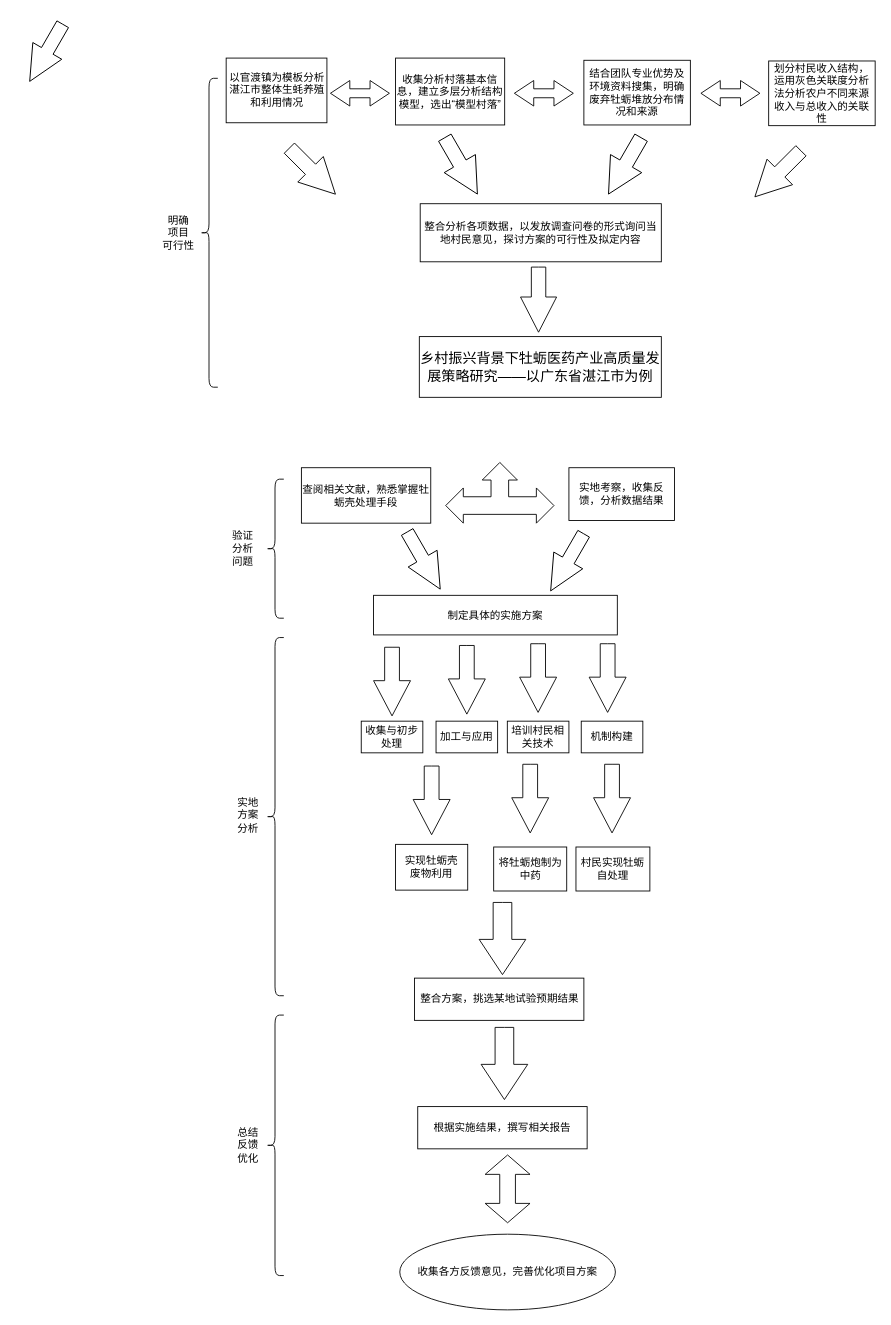
Earlier version of the draw.io diagram Untitled Diagram.drawio (BlueApong/BlueApong). Source tidied: cells renumbered, new cells numbered last; positions are measured from the earlier drawing's top-left corner, leaving out a move shared by most shapes. Both pictures are drawn from the tidied source at 88%, with x=0, y=0 at pixel (29, 19).
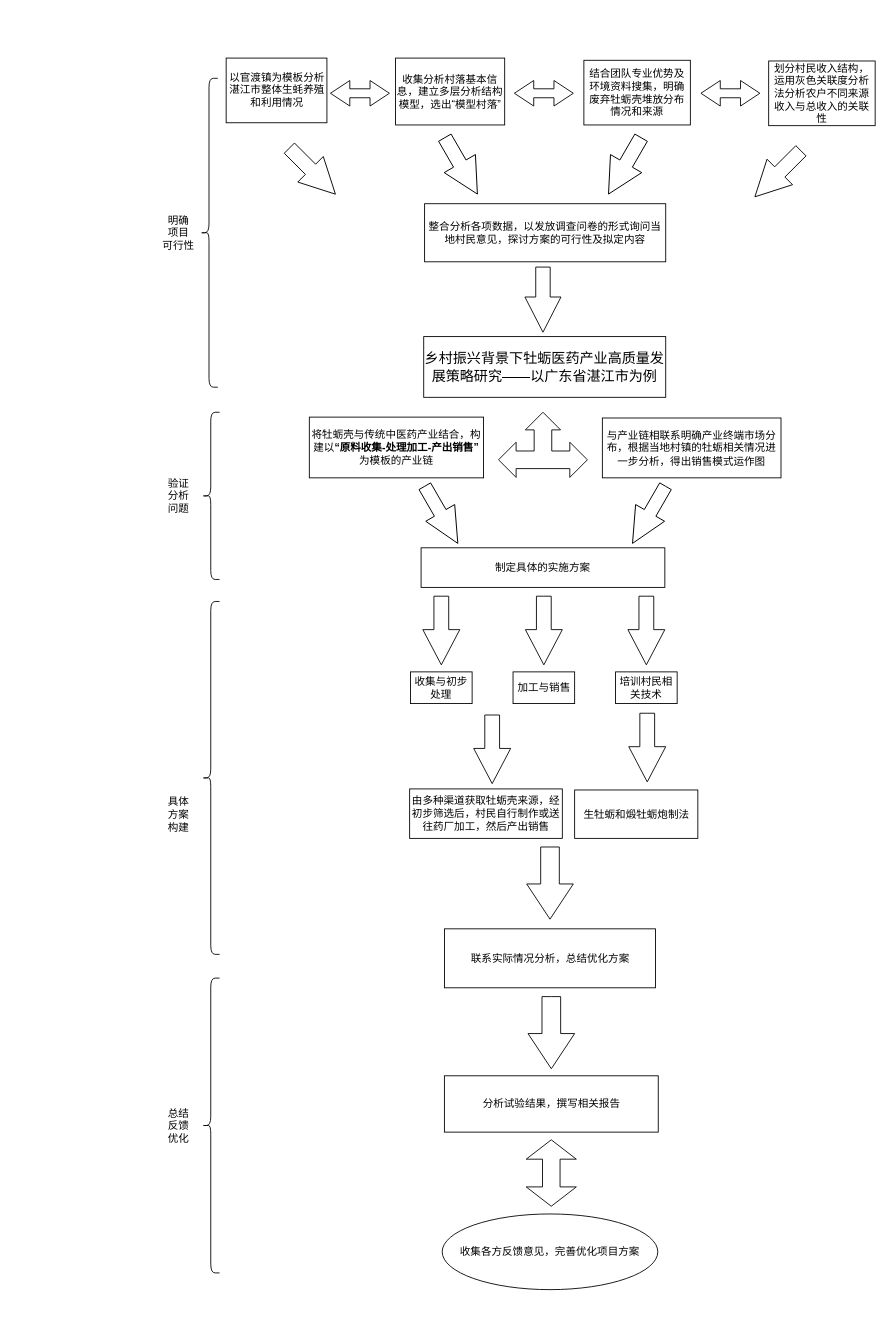
Above is the later version.

Change to the diagram source:
```diff
@@
     <mxCell id="5" value="&lt;p class=&quot;MsoNormal&quot;&gt;&lt;span style=&quot;mso-spacerun:'yes';font-family:仿宋_GB2312;mso-hansi-font-family:'Times New Roman';&lt;br/&gt;mso-bidi-font-family:'Times New Roman';font-size:12.0000pt;mso-font-kerning:1.0000pt;&quot;&gt;&lt;font face=&quot;仿宋_GB2312&quot;&gt;乡村振兴背景下牡蛎医药产业高质量发展策略研究&lt;/font&gt;&lt;font face=&quot;仿宋_GB2312&quot;&gt;——以广东省湛江市为例&lt;/font&gt;&lt;/span&gt;&lt;/p&gt;" style="rounded=0;whiteSpace=wrap;html=1;" parent="1" vertex="1">
-      <mxGeometry x="443" y="360" width="275" height="69" as="geometry" />
+      <mxGeometry x="448" y="360" width="275" height="69" as="geometry" />
     </mxCell>
-    <mxCell id="6" style="html=1;shadow=0;dashed=0;align=center;verticalAlign=middle;shape=mxgraph.arrows2.arrow;dy=0.6;dx=40;direction=south;notch=0;rotation=30;" parent="1" vertex="1">
-      <mxGeometry width="38" height="75" as="geometry" />
-    </mxCell>
@@
     <mxCell id="9" style="html=1;shadow=0;dashed=0;align=center;verticalAlign=middle;shape=mxgraph.arrows2.triadArrow;dy=10;dx=20;arrowHead=40;" parent="1" vertex="1">
-      <mxGeometry x="473" y="503" width="123" height="69" as="geometry" />
+      <mxGeometry x="533" y="446" width="101" height="74" as="geometry" />
     </mxCell>
-    <mxCell id="10" value="查阅相关文献，熟悉掌握牡蛎壳处理手段" style="rounded=0;whiteSpace=wrap;html=1;" parent="1" vertex="1">
-      <mxGeometry x="309" y="509" width="147" height="63" as="geometry" />
+    <mxCell id="10" value="将牡蛎壳与传统中医药产业结合，构建以&lt;b&gt;“&lt;/b&gt;&lt;b&gt;原料收集-处理加工-产出销售”&lt;/b&gt;为模板的产业链" style="rounded=0;whiteSpace=wrap;html=1;" parent="1" vertex="1">
+      <mxGeometry x="318" y="451.5" width="198" height="69" as="geometry" />
     </mxCell>
-    <mxCell id="11" value="实地考察，收集反馈，分析数据结果" style="rounded=0;whiteSpace=wrap;html=1;" parent="1" vertex="1">
-      <mxGeometry x="613" y="509" width="120" height="60" as="geometry" />
+    <mxCell id="11" value="与产业链相联系明确产业终端市场分布，根据当地村镇的牡蛎相关情况进一步分析，得出销售模式运作图" style="rounded=0;whiteSpace=wrap;html=1;" parent="1" vertex="1">
+      <mxGeometry x="651" y="452.5" width="203" height="68" as="geometry" />
     </mxCell>
     <mxCell id="12" style="html=1;shadow=0;dashed=0;align=center;verticalAlign=middle;shape=mxgraph.arrows2.arrow;dy=0.6;dx=40;direction=south;notch=0;rotation=-30;" parent="1" vertex="1">
-      <mxGeometry x="429" y="577" width="38" height="75" as="geometry" />
+      <mxGeometry x="449" y="525" width="38" height="75" as="geometry" />
     </mxCell>
     <mxCell id="13" style="html=1;shadow=0;dashed=0;align=center;verticalAlign=middle;shape=mxgraph.arrows2.arrow;dy=0.6;dx=40;direction=south;notch=0;rotation=30;" parent="1" vertex="1">
-      <mxGeometry x="592" y="579" width="38" height="75" as="geometry" />
+      <mxGeometry x="685" y="525" width="38" height="75" as="geometry" />
     </mxCell>
     <mxCell id="14" value="制定具体的实施方案" style="rounded=0;whiteSpace=wrap;html=1;" parent="1" vertex="1">
-      <mxGeometry x="391" y="654" width="277" height="45" as="geometry" />
+      <mxGeometry x="445" y="600" width="277" height="45" as="geometry" />
     </mxCell>
     <mxCell id="15" style="shape=curlyBracket;whiteSpace=wrap;html=1;rounded=1;" parent="1" vertex="1">
-      <mxGeometry x="269" y="522" width="20" height="158" as="geometry" />
+      <mxGeometry x="196" y="446" width="20" height="190" as="geometry" />
     </mxCell>
     <mxCell id="16" value="验证&lt;br&gt;分析&lt;br&gt;问题" style="text;html=1;align=center;verticalAlign=middle;fillColor=none;strokeColor=none;rounded=0;" parent="1" vertex="1">
-      <mxGeometry x="221" y="573.5" width="42" height="55" as="geometry" />
+      <mxGeometry x="148" y="513.5" width="42" height="55" as="geometry" />
     </mxCell>
     <mxCell id="17" style="html=1;shadow=0;dashed=0;align=center;verticalAlign=middle;shape=mxgraph.arrows2.arrow;dy=0.6;dx=40;direction=south;notch=0;" parent="1" vertex="1">
-      <mxGeometry x="391" y="713" width="42" height="78" as="geometry" />
+      <mxGeometry x="447" y="655" width="42" height="78" as="geometry" />
     </mxCell>
     <mxCell id="18" style="html=1;shadow=0;dashed=0;align=center;verticalAlign=middle;shape=mxgraph.arrows2.arrow;dy=0.6;dx=40;direction=south;notch=0;" parent="1" vertex="1">
-      <mxGeometry x="476" y="711" width="42" height="78" as="geometry" />
+      <mxGeometry x="563.5" y="655" width="42" height="78" as="geometry" />
     </mxCell>
     <mxCell id="19" style="html=1;shadow=0;dashed=0;align=center;verticalAlign=middle;shape=mxgraph.arrows2.arrow;dy=0.6;dx=40;direction=south;notch=0;" parent="1" vertex="1">
-      <mxGeometry x="557" y="709" width="42" height="78" as="geometry" />
+      <mxGeometry x="680" y="655" width="42" height="78" as="geometry" />
     </mxCell>
-    <mxCell id="20" style="html=1;shadow=0;dashed=0;align=center;verticalAlign=middle;shape=mxgraph.arrows2.arrow;dy=0.6;dx=40;direction=south;notch=0;" parent="1" vertex="1">
-      <mxGeometry x="636" y="709" width="42" height="78" as="geometry" />
-    </mxCell>
     <mxCell id="21" value="收集与初步处理" style="rounded=0;whiteSpace=wrap;html=1;" parent="1" vertex="1">
-      <mxGeometry x="377" y="797" width="70" height="36" as="geometry" />
+      <mxGeometry x="433" y="741" width="70" height="36" as="geometry" />
     </mxCell>
-    <mxCell id="22" value="加工与应用" style="rounded=0;whiteSpace=wrap;html=1;" parent="1" vertex="1">
-      <mxGeometry x="462" y="797" width="70" height="36" as="geometry" />
+    <mxCell id="22" value="加工与销售" style="rounded=0;whiteSpace=wrap;html=1;" parent="1" vertex="1">
+      <mxGeometry x="549.5" y="741" width="70" height="36" as="geometry" />
     </mxCell>
     <mxCell id="23" value="培训村民相关技术" style="rounded=0;whiteSpace=wrap;html=1;" parent="1" vertex="1">
-      <mxGeometry x="543" y="797" width="70" height="36" as="geometry" />
+      <mxGeometry x="666" y="741" width="70" height="36" as="geometry" />
     </mxCell>
-    <mxCell id="24" value="机制构建" style="rounded=0;whiteSpace=wrap;html=1;" parent="1" vertex="1">
-      <mxGeometry x="627" y="797" width="70" height="36" as="geometry" />
-    </mxCell>
-    <mxCell id="25" value="实现牡蛎壳&lt;br&gt;废物利用" style="rounded=0;whiteSpace=wrap;html=1;" parent="1" vertex="1">
-      <mxGeometry x="416" y="937" width="82" height="52" as="geometry" />
-    </mxCell>
     <mxCell id="26" style="html=1;shadow=0;dashed=0;align=center;verticalAlign=middle;shape=mxgraph.arrows2.arrow;dy=0.6;dx=40;direction=south;notch=0;" parent="1" vertex="1">
-      <mxGeometry x="548" y="846" width="42" height="78" as="geometry" />
+      <mxGeometry x="681" y="788" width="42" height="78" as="geometry" />
     </mxCell>
     <mxCell id="27" style="html=1;shadow=0;dashed=0;align=center;verticalAlign=middle;shape=mxgraph.arrows2.arrow;dy=0.6;dx=40;direction=south;notch=0;" parent="1" vertex="1">
-      <mxGeometry x="436" y="848" width="42" height="78" as="geometry" />
+      <mxGeometry x="504.8" y="790" width="42" height="78" as="geometry" />
     </mxCell>
-    <mxCell id="28" value="将牡蛎炮制为中药" style="rounded=0;whiteSpace=wrap;html=1;" parent="1" vertex="1">
-      <mxGeometry x="527.5" y="940" width="83" height="50" as="geometry" />
+    <mxCell id="28" value="生牡蛎和煅牡蛎炮制法" style="rounded=0;whiteSpace=wrap;html=1;" parent="1" vertex="1">
+      <mxGeometry x="619.5" y="875.2" width="140" height="55" as="geometry" />
     </mxCell>
-    <mxCell id="29" style="html=1;shadow=0;dashed=0;align=center;verticalAlign=middle;shape=mxgraph.arrows2.arrow;dy=0.6;dx=40;direction=south;notch=0;" parent="1" vertex="1">
-      <mxGeometry x="641" y="846" width="42" height="78" as="geometry" />
-    </mxCell>
-    <mxCell id="30" value="村民实现牡蛎自处理" style="rounded=0;whiteSpace=wrap;html=1;" parent="1" vertex="1">
-      <mxGeometry x="621" y="940" width="84" height="50" as="geometry" />
-    </mxCell>
     <mxCell id="31" style="html=1;shadow=0;dashed=0;align=center;verticalAlign=middle;shape=mxgraph.arrows2.arrow;dy=0.6;dx=40;direction=south;notch=0;" parent="1" vertex="1">
-      <mxGeometry x="511" y="1003" width="53" height="82" as="geometry" />
+      <mxGeometry x="565" y="940" width="53" height="82" as="geometry" />
     </mxCell>
-    <mxCell id="32" value="整合方案，挑选某地试验预期结果" style="rounded=0;whiteSpace=wrap;html=1;" parent="1" vertex="1">
-      <mxGeometry x="437.5" y="1089" width="192.5" height="48" as="geometry" />
+    <mxCell id="32" value="联系实际情况分析，总结优化方案" style="rounded=0;whiteSpace=wrap;html=1;" parent="1" vertex="1">
+      <mxGeometry x="471.6" y="1033" width="239.8" height="67" as="geometry" />
     </mxCell>
     <mxCell id="33" style="html=1;shadow=0;dashed=0;align=center;verticalAlign=middle;shape=mxgraph.arrows2.arrow;dy=0.6;dx=40;direction=south;notch=0;" parent="1" vertex="1">
-      <mxGeometry x="513.2" y="1145" width="53" height="82" as="geometry" />
+      <mxGeometry x="566.5" y="1110" width="53" height="82" as="geometry" />
     </mxCell>
-    <mxCell id="34" value="根据实施结果，撰写相关报告" style="rounded=0;whiteSpace=wrap;html=1;" parent="1" vertex="1">
-      <mxGeometry x="441.2" y="1235" width="192.5" height="48" as="geometry" />
+    <mxCell id="34" value="分析试验结果，撰写相关报告" style="rounded=0;whiteSpace=wrap;html=1;" parent="1" vertex="1">
+      <mxGeometry x="471.5" y="1200" width="243" height="64" as="geometry" />
     </mxCell>
     <mxCell id="35" style="html=1;shadow=0;dashed=0;align=center;verticalAlign=middle;shape=mxgraph.arrows2.twoWayArrow;dy=0.65;dx=22;rotation=90;" parent="1" vertex="1">
-      <mxGeometry x="504.8" y="1303" width="77" height="51" as="geometry" />
+      <mxGeometry x="555.2" y="1282" width="75.5" height="57" as="geometry" />
     </mxCell>
     <mxCell id="36" value="收集各方反馈意见，完善优化项目方案" style="ellipse;whiteSpace=wrap;html=1;" parent="1" vertex="1">
-      <mxGeometry x="420.8" y="1380" width="245" height="86" as="geometry" />
+      <mxGeometry x="469" y="1357" width="245" height="86" as="geometry" />
     </mxCell>
     <mxCell id="37" style="shape=curlyBracket;whiteSpace=wrap;html=1;rounded=1;" parent="1" vertex="1">
-      <mxGeometry x="269" y="702" width="20" height="407" as="geometry" />
+      <mxGeometry x="196" y="661" width="20" height="401" as="geometry" />
     </mxCell>
-    <mxCell id="38" value="实地&lt;br&gt;方案&lt;br&gt;分析" style="text;html=1;align=center;verticalAlign=middle;fillColor=none;strokeColor=none;rounded=0;" parent="1" vertex="1">
-      <mxGeometry x="227" y="876" width="42" height="55" as="geometry" />
+    <mxCell id="38" value="具体&lt;br&gt;方案&lt;br&gt;构建" style="text;html=1;align=center;verticalAlign=middle;fillColor=none;strokeColor=none;rounded=0;" parent="1" vertex="1">
+      <mxGeometry x="148" y="875" width="42" height="55" as="geometry" />
     </mxCell>
     <mxCell id="39" style="shape=curlyBracket;whiteSpace=wrap;html=1;rounded=1;" parent="1" vertex="1">
-      <mxGeometry x="269" y="1131" width="20" height="296" as="geometry" />
+      <mxGeometry x="196" y="1089" width="20" height="335" as="geometry" />
     </mxCell>
     <mxCell id="40" value="总结&lt;br&gt;反馈&lt;br&gt;优化" style="text;html=1;align=center;verticalAlign=middle;fillColor=none;strokeColor=none;rounded=0;" parent="1" vertex="1">
-      <mxGeometry x="227" y="1251.5" width="42" height="55" as="geometry" />
+      <mxGeometry x="148" y="1229" width="42" height="55" as="geometry" />
     </mxCell>
-    <mxCell id="41" value="结合团队专业优势及环境资料搜集，明确废弃牡蛎堆放分布情况和来源" style="rounded=0;whiteSpace=wrap;html=1;" parent="1" vertex="1">
+    <mxCell id="41" value="结合团队专业优势及环境资料搜集，明确废弃牡蛎壳堆放分布情况和来源" style="rounded=0;whiteSpace=wrap;html=1;" parent="1" vertex="1">
       <mxGeometry x="630" y="46" width="121" height="73.5" as="geometry" />
     </mxCell>
@@
     <mxCell id="44" value="整合分析各项数据，以发放调查问卷的形式询问当地村民意见，探讨方案的可行性及拟定内容" style="rounded=0;whiteSpace=wrap;html=1;" parent="1" vertex="1">
-      <mxGeometry x="444" y="209" width="274" height="66" as="geometry" />
+      <mxGeometry x="449" y="209" width="274" height="66" as="geometry" />
     </mxCell>
     <mxCell id="45" style="html=1;shadow=0;dashed=0;align=center;verticalAlign=middle;shape=mxgraph.arrows2.arrow;dy=0.6;dx=40;direction=south;notch=0;" parent="1" vertex="1">
-      <mxGeometry x="558" y="281" width="41" height="74" as="geometry" />
+      <mxGeometry x="563" y="281" width="41" height="74" as="geometry" />
     </mxCell>
@@
+    <mxCell id="51" value="由多种渠道获取牡蛎壳来源，经初步筛选后，村民自行制作或送往药厂加工，然后产出销售" style="rounded=0;whiteSpace=wrap;html=1;" parent="1" vertex="1">
+      <mxGeometry x="432" y="874" width="173.5" height="56.2" as="geometry" />
+    </mxCell>
```
